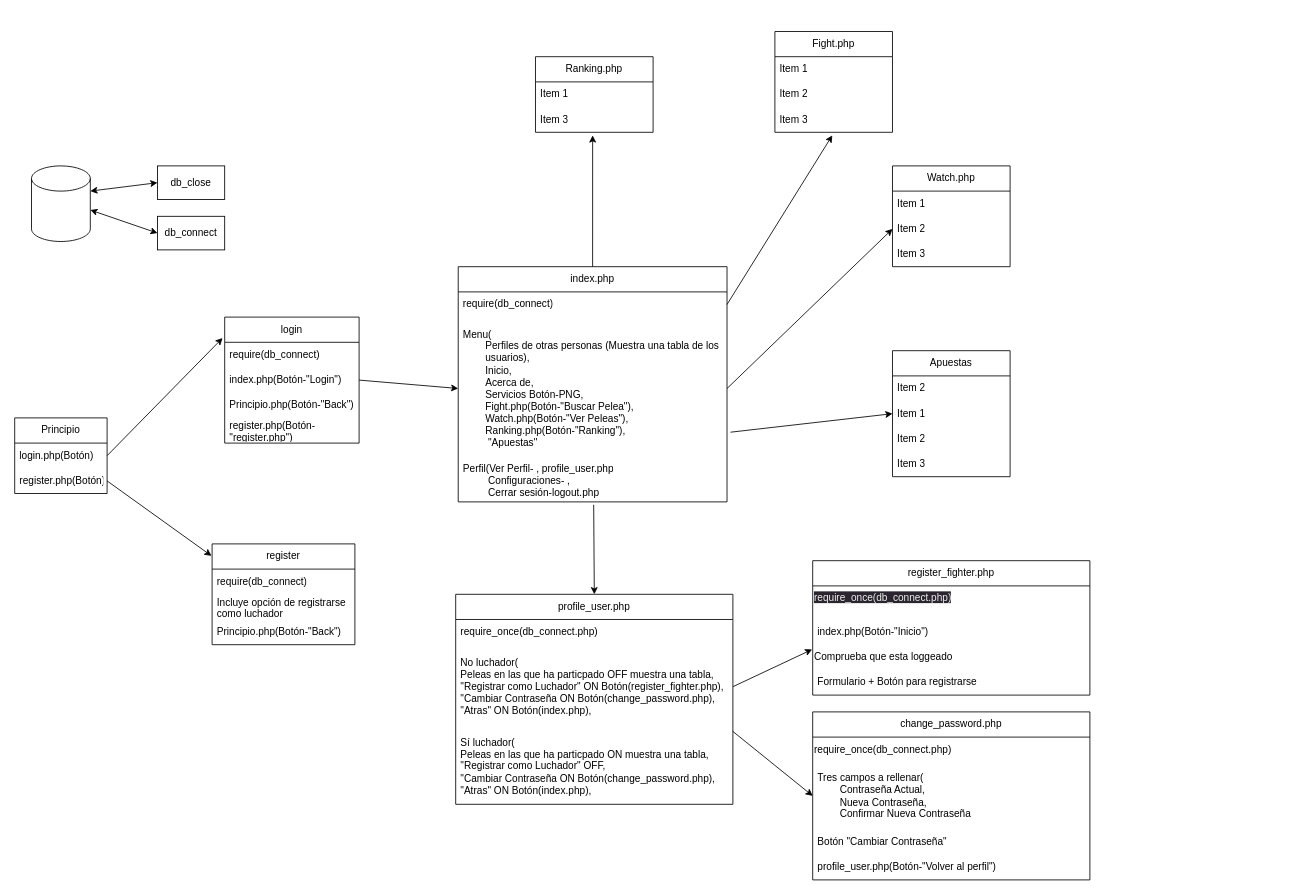
This is drawing.drawio from Magnof6/knockout_Society, a draw.io file, before an edit. Source tidied: cells renumbered, new cells numbered last; positions are measured from the earlier drawing's top-left corner, leaving out a move shared by most shapes. Both pictures are drawn from the tidied source at 84%, with x=0, y=0 at pixel (14, 31).
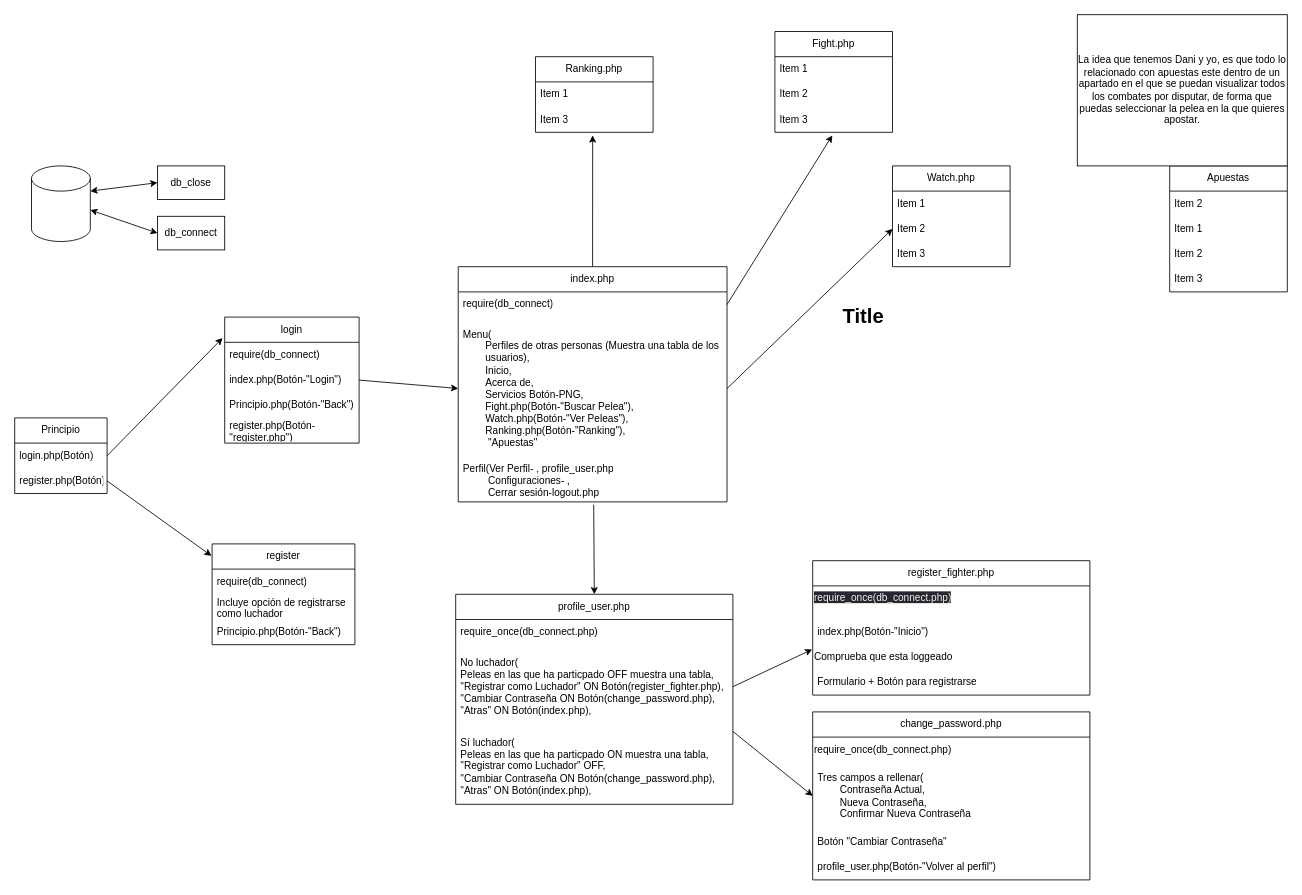
The same page after the edit.

Unchanged cells that the change refers to:
```xml
<mxCell id="23" value="Menu(&lt;br&gt;&lt;span style=&quot;white-space: pre;&quot;&gt;&#9;&lt;/span&gt;Perfiles de otras personas (Muestra una tabla de los &lt;span style=&quot;white-space: pre;&quot;&gt;&#9;&lt;/span&gt;usuarios),&lt;br&gt;&lt;span style=&quot;white-space: pre;&quot;&gt;&#9;&lt;/span&gt;Inicio, &lt;br&gt;&lt;span style=&quot;white-space: pre;&quot;&gt;&#9;&lt;/span&gt;Acerca de, &lt;br&gt;&lt;span style=&quot;white-space: pre;&quot;&gt;&#9;&lt;/span&gt;Servicios Botón-PNG,&lt;br&gt;&lt;span style=&quot;white-space: pre;&quot;&gt;&#9;&lt;/span&gt;Fight.php(Botón-&quot;Buscar Pelea&quot;), &lt;br&gt;&lt;span style=&quot;white-space: pre;&quot;&gt;&#9;&lt;/span&gt;Watch.php(Botón-&quot;Ver Peleas&quot;),&lt;br&gt;&lt;span style=&quot;white-space: pre;&quot;&gt;&#9;&lt;/span&gt;Ranking.php(Botón-&quot;Ranking&quot;),&lt;br&gt;&lt;span style=&quot;white-space: pre;&quot;&gt;&#9;&lt;/span&gt;&amp;nbsp;&quot;Apuestas&quot;" style="text;strokeColor=none;fillColor=none;align=left;verticalAlign=middle;spacingLeft=4;spacingRight=4;overflow=hidden;points=[[0,0.5],[1,0.5]];portConstraint=eastwest;whiteSpace=wrap;html=1;" parent="21" vertex="1">
  <mxGeometry y="60" width="320" height="170" as="geometry" />
</mxCell>
<mxCell id="45" value="Item 1" style="text;strokeColor=none;fillColor=none;align=left;verticalAlign=middle;spacingLeft=4;spacingRight=4;overflow=hidden;points=[[0,0.5],[1,0.5]];portConstraint=eastwest;whiteSpace=wrap;html=1;" parent="43" vertex="1">
  <mxGeometry y="60" width="140" height="30" as="geometry" />
</mxCell>
```

Diff of the diagram source:
```diff
@@
     <mxCell id="43" value="Apuestas" style="swimlane;fontStyle=0;horizontal=1;startSize=30;whiteSpace=wrap;html=1;" parent="1" vertex="1">
-      <mxGeometry x="1045" y="380" width="140" height="150" as="geometry" />
+      <mxGeometry x="1375" y="160" width="140" height="150" as="geometry" />
     </mxCell>
@@
-    <mxCell id="59" style="endArrow=classic;html=1;exitX=1.013;exitY=0.806;exitDx=0;exitDy=0;exitPerimeter=0;entryX=0;entryY=0.5;entryDx=0;entryDy=0;" parent="1" edge="1" source="23" target="45">
-      <mxGeometry relative="1" as="geometry" />
-    </mxCell>
@@
+    <mxCell id="63" value="La idea que tenemos Dani y yo, es que todo lo relacionado con apuestas este dentro de un apartado en el que se puedan visualizar todos los combates por disputar, de forma que puedas seleccionar la pelea en la que quieres apostar." style="rounded=0;whiteSpace=wrap;html=1;" parent="1" vertex="1">
+      <mxGeometry x="1265" y="-20" width="250" height="180" as="geometry" />
+    </mxCell>
+    <mxCell id="64" value="Title" style="text;strokeColor=none;fillColor=none;html=1;fontSize=24;fontStyle=1;verticalAlign=middle;align=center;" parent="1" vertex="1">
+      <mxGeometry x="960" y="320" width="100" height="40" as="geometry" />
+    </mxCell>
```
